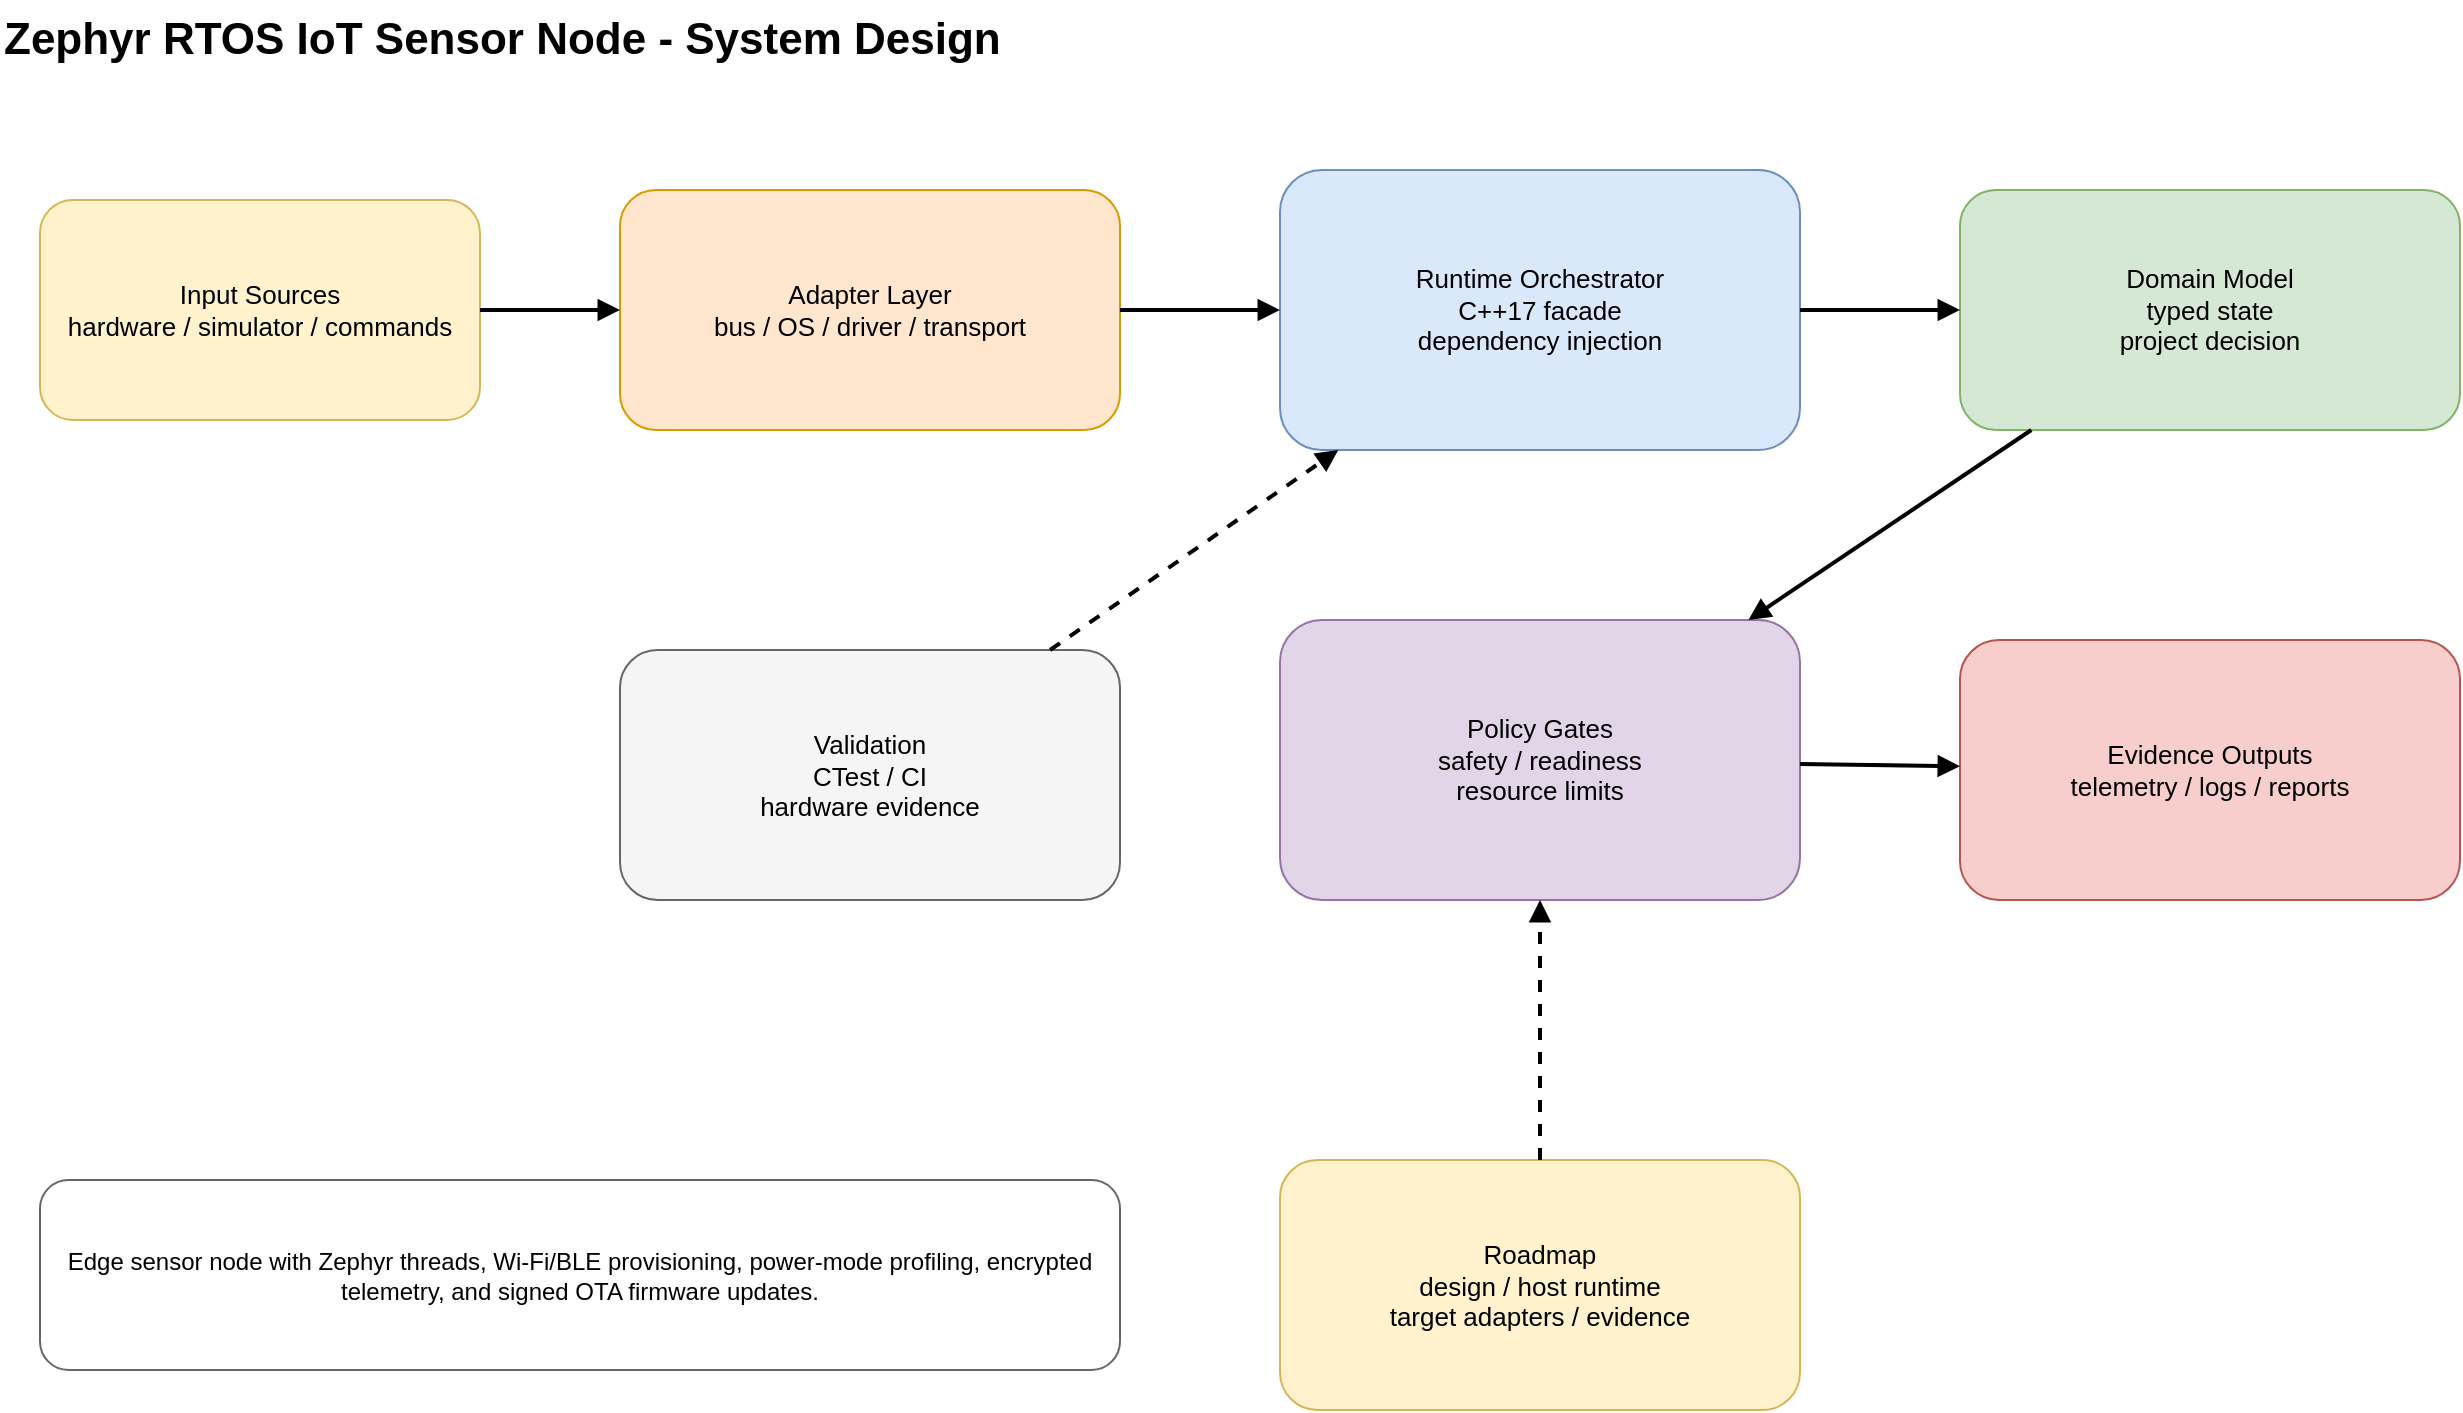
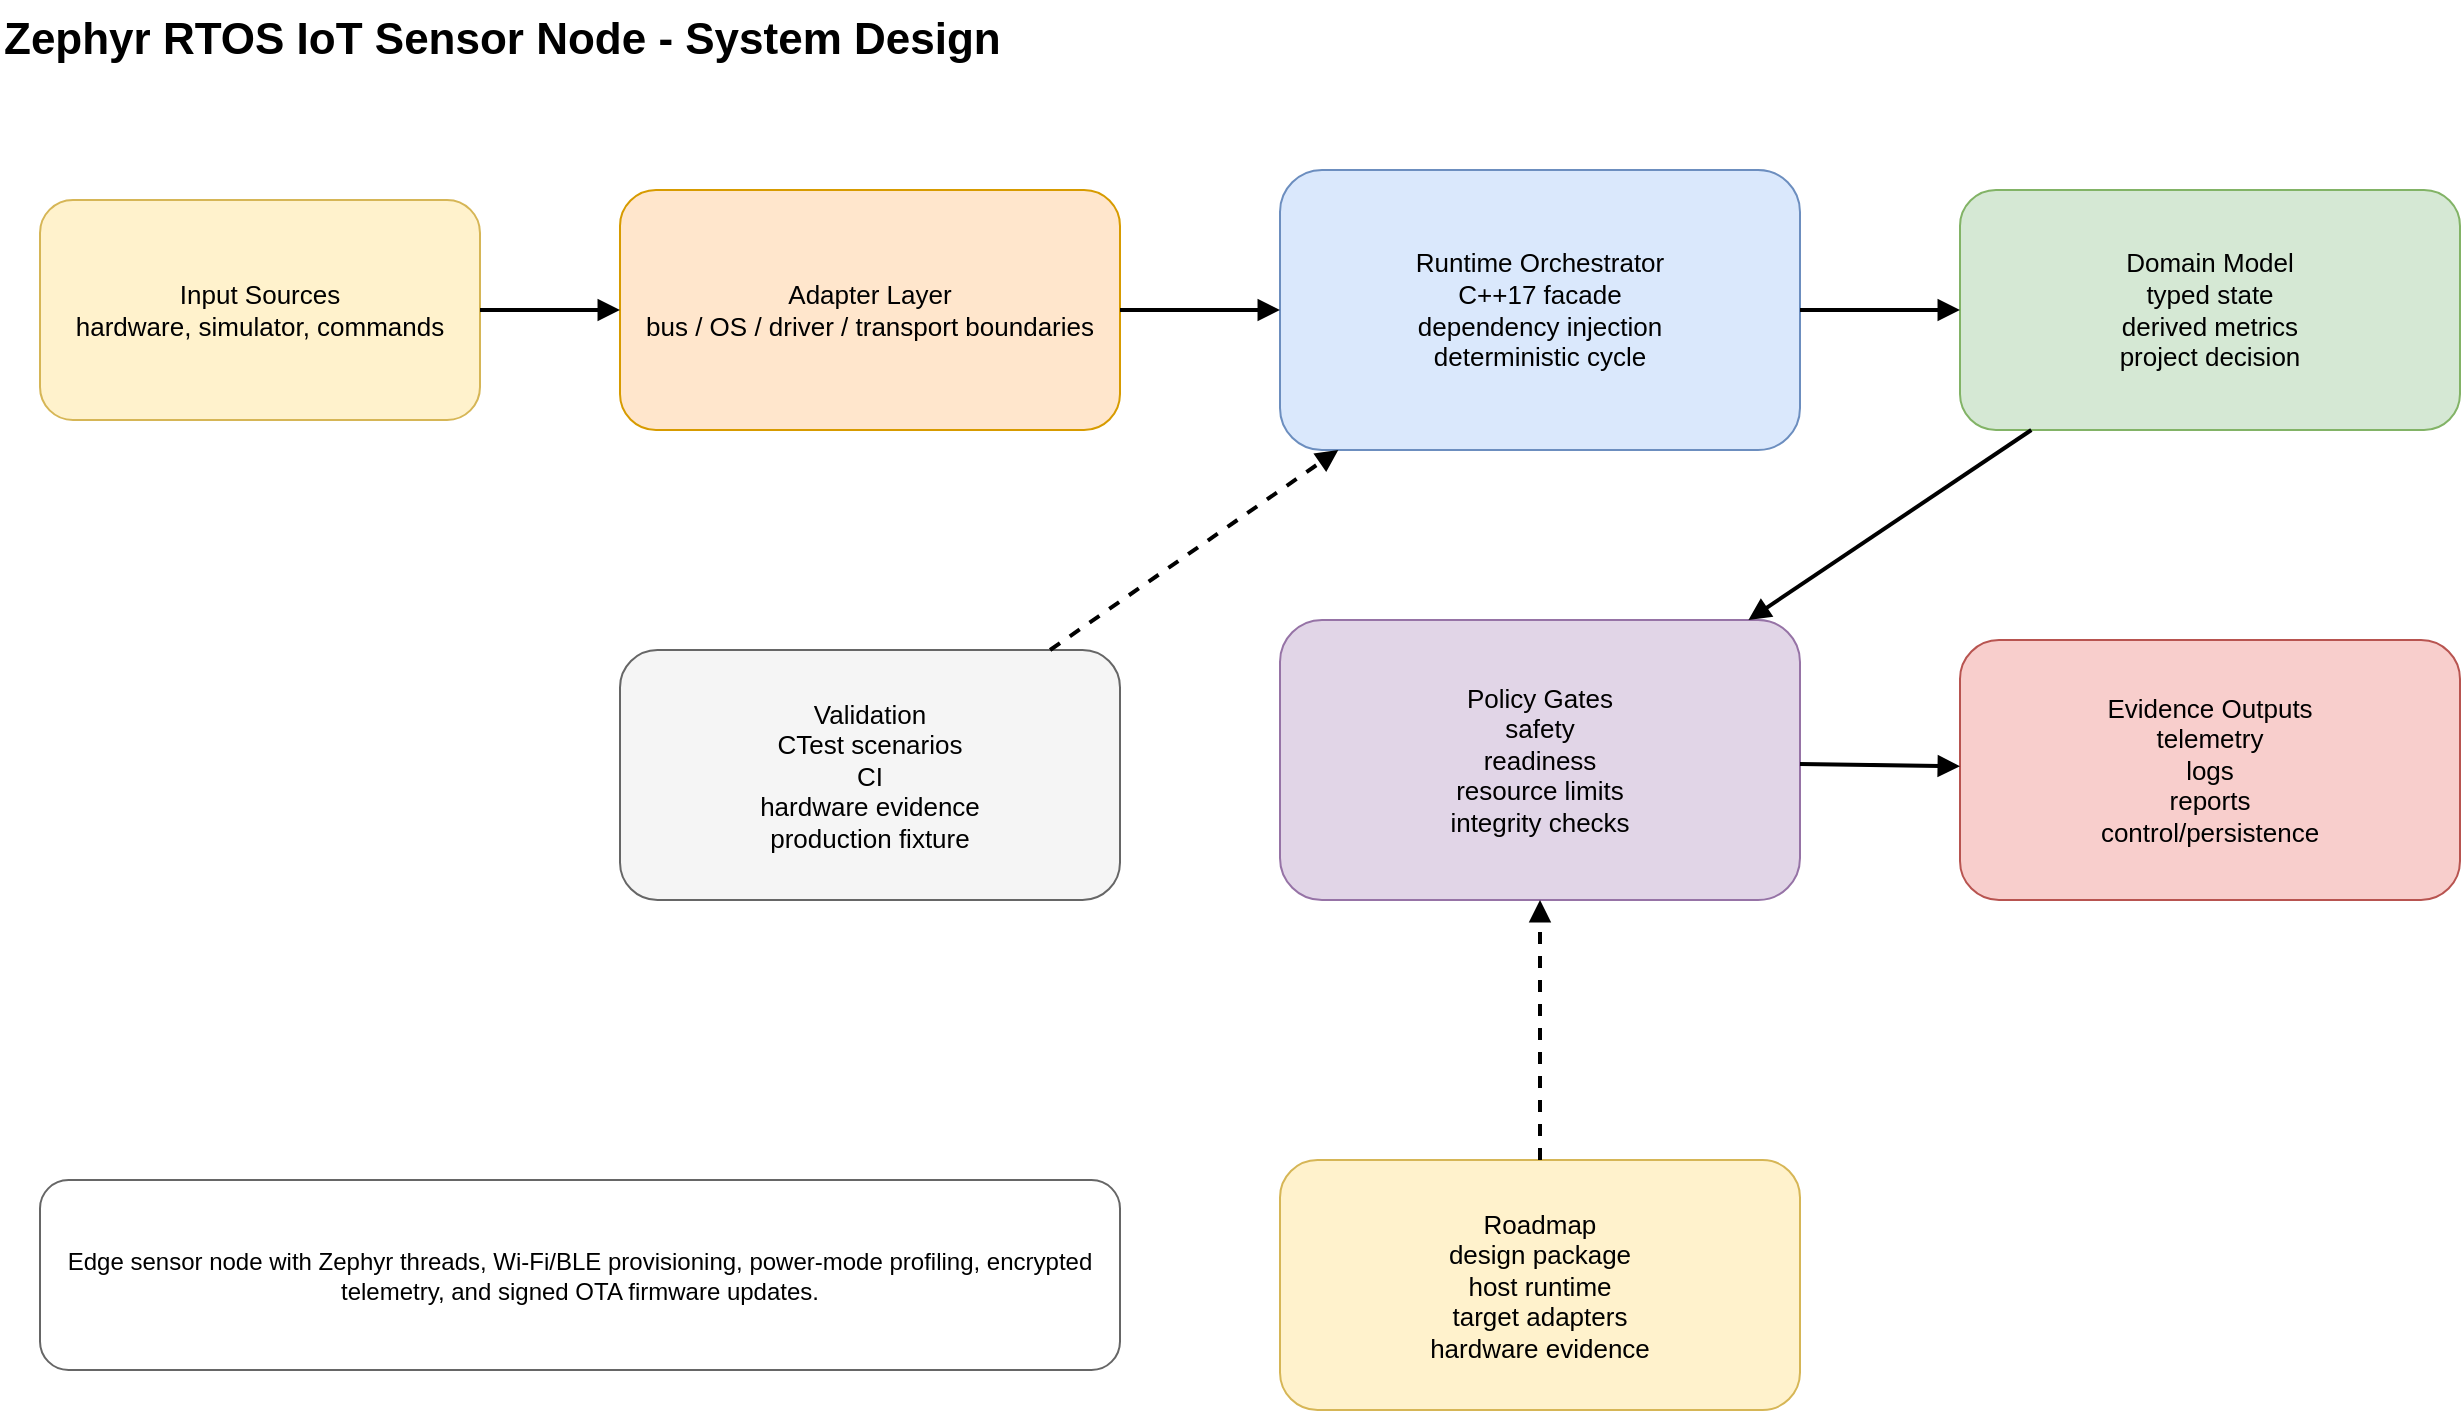
- <mxfile host="app.diagrams.net"><diagram id="zephyr-rtos-iot-sensor-node-system-design" name="System Design"><mxGraphModel dx="1422" dy="794" grid="1" gridSize="10" guides="1" tooltips="1" connect="1" arrows="1" fold="1" page="1" pageScale="1" pageWidth="1400" pageHeight="900" math="0" shadow="0"><root><mxCell id="0"/><mxCell id="1" parent="0"/><mxCell id="title" value="Zephyr RTOS IoT Sensor Node - System Design" style="text;html=1;strokeColor=none;fillColor=none;fontSize=22;fontStyle=1" vertex="1" parent="1"><mxGeometry x="40" y="20" width="780" height="40" as="geometry"/></mxCell><mxCell id="input" value="Input Sources&#xa;hardware / simulator / commands" style="rounded=1;whiteSpace=wrap;html=1;fillColor=#fff2cc;strokeColor=#d6b656;fontSize=13" vertex="1" parent="1"><mxGeometry x="60" y="120" width="220" height="110" as="geometry"/></mxCell><mxCell id="adapter" value="Adapter Layer&#xa;bus / OS / driver / transport" style="rounded=1;whiteSpace=wrap;html=1;fillColor=#ffe6cc;strokeColor=#d79b00;fontSize=13" vertex="1" parent="1"><mxGeometry x="350" y="115" width="250" height="120" as="geometry"/></mxCell><mxCell id="runtime" value="Runtime Orchestrator&#xa;C++17 facade&#xa;dependency injection" style="rounded=1;whiteSpace=wrap;html=1;fillColor=#dae8fc;strokeColor=#6c8ebf;fontSize=13" vertex="1" parent="1"><mxGeometry x="680" y="105" width="260" height="140" as="geometry"/></mxCell><mxCell id="domain" value="Domain Model&#xa;typed state&#xa;project decision" style="rounded=1;whiteSpace=wrap;html=1;fillColor=#d5e8d4;strokeColor=#82b366;fontSize=13" vertex="1" parent="1"><mxGeometry x="1020" y="115" width="250" height="120" as="geometry"/></mxCell><mxCell id="policy" value="Policy Gates&#xa;safety / readiness&#xa;resource limits" style="rounded=1;whiteSpace=wrap;html=1;fillColor=#e1d5e7;strokeColor=#9673a6;fontSize=13" vertex="1" parent="1"><mxGeometry x="680" y="330" width="260" height="140" as="geometry"/></mxCell><mxCell id="output" value="Evidence Outputs&#xa;telemetry / logs / reports" style="rounded=1;whiteSpace=wrap;html=1;fillColor=#f8cecc;strokeColor=#b85450;fontSize=13" vertex="1" parent="1"><mxGeometry x="1020" y="340" width="250" height="130" as="geometry"/></mxCell><mxCell id="tests" value="Validation&#xa;CTest / CI&#xa;hardware evidence" style="rounded=1;whiteSpace=wrap;html=1;fillColor=#f5f5f5;strokeColor=#666666;fontSize=13" vertex="1" parent="1"><mxGeometry x="350" y="345" width="250" height="125" as="geometry"/></mxCell><mxCell id="summary" value="Edge sensor node with Zephyr threads, Wi-Fi/BLE provisioning, power-mode profiling, encrypted telemetry, and signed OTA firmware updates." style="rounded=1;whiteSpace=wrap;html=1;fillColor=#ffffff;strokeColor=#666666;fontSize=12" vertex="1" parent="1"><mxGeometry x="60" y="610" width="540" height="95" as="geometry"/></mxCell><mxCell id="roadmap" value="Roadmap&#xa;design / host runtime&#xa;target adapters / evidence" style="rounded=1;whiteSpace=wrap;html=1;fillColor=#fff2cc;strokeColor=#d6b656;fontSize=13" vertex="1" parent="1"><mxGeometry x="680" y="600" width="260" height="125" as="geometry"/></mxCell><mxCell id="e1" style="endArrow=block;html=1;rounded=0;strokeWidth=2" edge="1" parent="1" source="input" target="adapter"><mxGeometry relative="1" as="geometry"/></mxCell><mxCell id="e2" style="endArrow=block;html=1;rounded=0;strokeWidth=2" edge="1" parent="1" source="adapter" target="runtime"><mxGeometry relative="1" as="geometry"/></mxCell><mxCell id="e3" style="endArrow=block;html=1;rounded=0;strokeWidth=2" edge="1" parent="1" source="runtime" target="domain"><mxGeometry relative="1" as="geometry"/></mxCell><mxCell id="e4" style="endArrow=block;html=1;rounded=0;strokeWidth=2" edge="1" parent="1" source="domain" target="policy"><mxGeometry relative="1" as="geometry"/></mxCell><mxCell id="e5" style="endArrow=block;html=1;rounded=0;strokeWidth=2" edge="1" parent="1" source="policy" target="output"><mxGeometry relative="1" as="geometry"/></mxCell><mxCell id="e6" style="endArrow=block;html=1;rounded=0;strokeWidth=2;dashed=1" edge="1" parent="1" source="tests" target="runtime"><mxGeometry relative="1" as="geometry"/></mxCell><mxCell id="e7" style="endArrow=block;html=1;rounded=0;strokeWidth=2;dashed=1" edge="1" parent="1" source="roadmap" target="policy"><mxGeometry relative="1" as="geometry"/></mxCell></root></mxGraphModel></diagram></mxfile>
+ <mxfile host="app.diagrams.net">
+   <diagram id="zephyr-rtos-iot-sensor-node-design" name="System Design">
+     <mxGraphModel dx="1422" dy="794" grid="1" gridSize="10" guides="1" tooltips="1" connect="1" arrows="1" fold="1" page="1" pageScale="1" pageWidth="1400" pageHeight="900" math="0" shadow="0">
+       <root>
+         <mxCell id="0"/>
+         <mxCell id="1" parent="0"/>
+         <mxCell id="title" value="Zephyr RTOS IoT Sensor Node - System Design" style="text;html=1;strokeColor=none;fillColor=none;fontSize=22;fontStyle=1" vertex="1" parent="1"><mxGeometry x="40" y="20" width="760" height="40" as="geometry"/></mxCell>
+         <mxCell id="input" value="Input Sources&#xa;hardware, simulator, commands" style="rounded=1;whiteSpace=wrap;html=1;fillColor=#fff2cc;strokeColor=#d6b656;fontSize=13" vertex="1" parent="1"><mxGeometry x="60" y="120" width="220" height="110" as="geometry"/></mxCell>
+         <mxCell id="adapter" value="Adapter Layer&#xa;bus / OS / driver / transport boundaries" style="rounded=1;whiteSpace=wrap;html=1;fillColor=#ffe6cc;strokeColor=#d79b00;fontSize=13" vertex="1" parent="1"><mxGeometry x="350" y="115" width="250" height="120" as="geometry"/></mxCell>
+         <mxCell id="runtime" value="Runtime Orchestrator&#xa;C++17 facade&#xa;dependency injection&#xa;deterministic cycle" style="rounded=1;whiteSpace=wrap;html=1;fillColor=#dae8fc;strokeColor=#6c8ebf;fontSize=13" vertex="1" parent="1"><mxGeometry x="680" y="105" width="260" height="140" as="geometry"/></mxCell>
+         <mxCell id="domain" value="Domain Model&#xa;typed state&#xa;derived metrics&#xa;project decision" style="rounded=1;whiteSpace=wrap;html=1;fillColor=#d5e8d4;strokeColor=#82b366;fontSize=13" vertex="1" parent="1"><mxGeometry x="1020" y="115" width="250" height="120" as="geometry"/></mxCell>
+         <mxCell id="policy" value="Policy Gates&#xa;safety&#xa;readiness&#xa;resource limits&#xa;integrity checks" style="rounded=1;whiteSpace=wrap;html=1;fillColor=#e1d5e7;strokeColor=#9673a6;fontSize=13" vertex="1" parent="1"><mxGeometry x="680" y="330" width="260" height="140" as="geometry"/></mxCell>
+         <mxCell id="output" value="Evidence Outputs&#xa;telemetry&#xa;logs&#xa;reports&#xa;control/persistence" style="rounded=1;whiteSpace=wrap;html=1;fillColor=#f8cecc;strokeColor=#b85450;fontSize=13" vertex="1" parent="1"><mxGeometry x="1020" y="340" width="250" height="130" as="geometry"/></mxCell>
+         <mxCell id="tests" value="Validation&#xa;CTest scenarios&#xa;CI&#xa;hardware evidence&#xa;production fixture" style="rounded=1;whiteSpace=wrap;html=1;fillColor=#f5f5f5;strokeColor=#666666;fontSize=13" vertex="1" parent="1"><mxGeometry x="350" y="345" width="250" height="125" as="geometry"/></mxCell>
+         <mxCell id="roadmap" value="Roadmap&#xa;design package&#xa;host runtime&#xa;target adapters&#xa;hardware evidence" style="rounded=1;whiteSpace=wrap;html=1;fillColor=#fff2cc;strokeColor=#d6b656;fontSize=13" vertex="1" parent="1"><mxGeometry x="680" y="600" width="260" height="125" as="geometry"/></mxCell>
+         <mxCell id="summary" value="Edge sensor node with Zephyr threads, Wi-Fi/BLE provisioning, power-mode profiling, encrypted telemetry, and signed OTA firmware updates." style="rounded=1;whiteSpace=wrap;html=1;fillColor=#ffffff;strokeColor=#666666;fontSize=12" vertex="1" parent="1"><mxGeometry x="60" y="610" width="540" height="95" as="geometry"/></mxCell>
+         <mxCell id="e1" style="endArrow=block;html=1;rounded=0;strokeWidth=2" edge="1" parent="1" source="input" target="adapter"><mxGeometry relative="1" as="geometry"/></mxCell>
+         <mxCell id="e2" style="endArrow=block;html=1;rounded=0;strokeWidth=2" edge="1" parent="1" source="adapter" target="runtime"><mxGeometry relative="1" as="geometry"/></mxCell>
+         <mxCell id="e3" style="endArrow=block;html=1;rounded=0;strokeWidth=2" edge="1" parent="1" source="runtime" target="domain"><mxGeometry relative="1" as="geometry"/></mxCell>
+         <mxCell id="e4" style="endArrow=block;html=1;rounded=0;strokeWidth=2" edge="1" parent="1" source="domain" target="policy"><mxGeometry relative="1" as="geometry"/></mxCell>
+         <mxCell id="e5" style="endArrow=block;html=1;rounded=0;strokeWidth=2" edge="1" parent="1" source="policy" target="output"><mxGeometry relative="1" as="geometry"/></mxCell>
+         <mxCell id="e6" style="endArrow=block;html=1;rounded=0;strokeWidth=2;dashed=1" edge="1" parent="1" source="tests" target="runtime"><mxGeometry relative="1" as="geometry"/></mxCell>
+         <mxCell id="e7" style="endArrow=block;html=1;rounded=0;strokeWidth=2;dashed=1" edge="1" parent="1" source="roadmap" target="policy"><mxGeometry relative="1" as="geometry"/></mxCell>
+       </root>
+     </mxGraphModel>
+   </diagram>
+ </mxfile>
